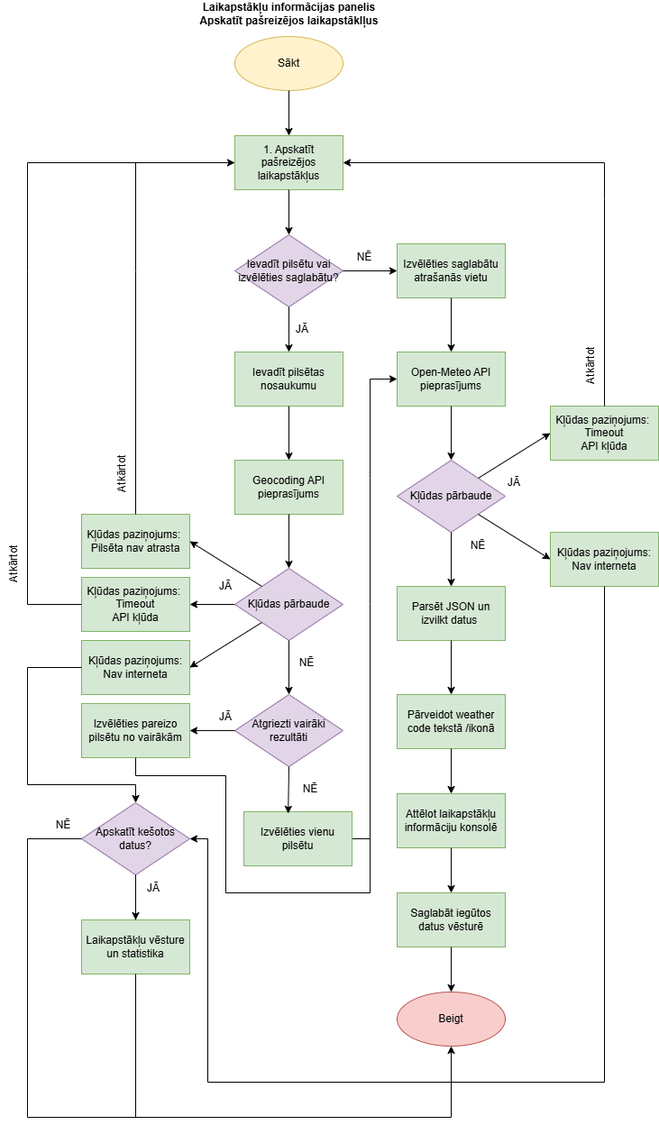
Earlier version of the draw.io export docs/flowchart.png (TatjanaGrigorcaka/weather-dashboard). Source tidied: cells renumbered, new cells last; positions are measured from the earlier drawing's top-left corner, leaving out a move shared by most shapes.
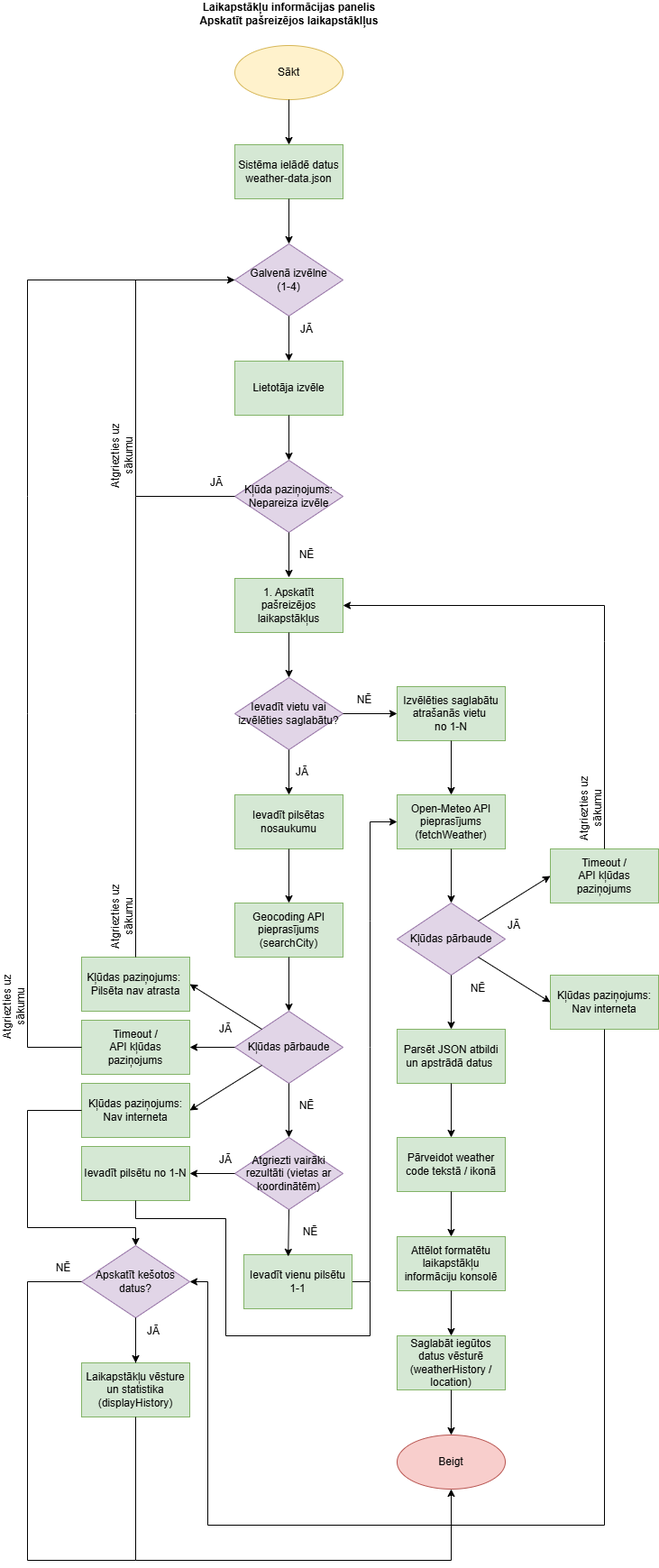
The same diagram one commit later.

The edit, as a diff of the source:
```diff
@@ -3,12 +3,12 @@
     <mxCell id="0" />
     <mxCell id="1" parent="0" />
     <mxCell id="2" value="&lt;b&gt;Laikapstākļu informācijas panelis&lt;/b&gt;&lt;div&gt;&lt;b&gt;Apskatīt pašreizējos laikapstāklļus&lt;/b&gt;&lt;/div&gt;" style="text;html=1;whiteSpace=wrap;strokeColor=none;fillColor=none;align=center;verticalAlign=middle;rounded=0;" parent="1" vertex="1">
-      <mxGeometry x="214.5" width="211" height="30" as="geometry" />
+      <mxGeometry x="214.5" y="-491" width="211" height="30" as="geometry" />
     </mxCell>
     <mxCell id="3" value="Sākt" style="ellipse;whiteSpace=wrap;html=1;fillColor=#fff2cc;strokeColor=#d6b656;" parent="1" vertex="1">
-      <mxGeometry x="260" y="40" width="120" height="60" as="geometry" />
+      <mxGeometry x="260" y="-441" width="120" height="60" as="geometry" />
     </mxCell>
-    <mxCell id="4" value="Izvēlēties saglabātu atrašanās vietu" style="rounded=0;whiteSpace=wrap;html=1;fillColor=#d5e8d4;strokeColor=#82b366;" parent="1" vertex="1">
+    <mxCell id="4" value="Izvēlēties saglabātu atrašanās vietu&amp;nbsp;&lt;div&gt;no 1-N&lt;/div&gt;" style="rounded=0;whiteSpace=wrap;html=1;fillColor=#d5e8d4;strokeColor=#82b366;" parent="1" vertex="1">
       <mxGeometry x="440" y="270" width="120" height="60" as="geometry" />
     </mxCell>
     <mxCell id="5" value="JĀ" style="text;html=1;whiteSpace=wrap;strokeColor=none;fillColor=none;align=center;verticalAlign=middle;rounded=0;" parent="1" vertex="1">
@@ -20,27 +20,28 @@
     <mxCell id="7" style="endArrow=classic;html=1;rounded=0;exitX=0.5;exitY=1;exitDx=0;exitDy=0;entryX=0.5;entryY=0;entryDx=0;entryDy=0;" parent="1" edge="1" source="6" target="8">
       <mxGeometry relative="1" as="geometry" />
     </mxCell>
-    <mxCell id="8" value="Geocoding API pieprasījums" style="rounded=0;whiteSpace=wrap;html=1;fillColor=#d5e8d4;strokeColor=#82b366;" parent="1" vertex="1">
+    <mxCell id="8" value="Geocoding API pieprasījums&lt;div&gt;(searchCity)&lt;/div&gt;" style="rounded=0;whiteSpace=wrap;html=1;fillColor=#d5e8d4;strokeColor=#82b366;" parent="1" vertex="1">
       <mxGeometry x="260" y="510" width="120" height="60" as="geometry" />
     </mxCell>
     <mxCell id="9" style="endArrow=classic;html=1;rounded=0;exitX=0.5;exitY=1;exitDx=0;exitDy=0;entryX=0.5;entryY=0;entryDx=0;entryDy=0;" parent="1" edge="1" source="4" target="10">
       <mxGeometry relative="1" as="geometry" />
     </mxCell>
-    <mxCell id="10" value="Open-Meteo API pieprasījums" style="rounded=0;whiteSpace=wrap;html=1;fillColor=#d5e8d4;strokeColor=#82b366;" parent="1" vertex="1">
+    <mxCell id="10" value="Open-Meteo API pieprasījums&lt;div&gt;(fetchWeather)&lt;/div&gt;" style="rounded=0;whiteSpace=wrap;html=1;fillColor=#d5e8d4;strokeColor=#82b366;" parent="1" vertex="1">
       <mxGeometry x="440" y="390" width="120" height="60" as="geometry" />
     </mxCell>
     <mxCell id="11" value="Kļūdas paziņojums:&amp;nbsp;&lt;div&gt;&lt;span style=&quot;background-color: transparent; color: light-dark(rgb(0, 0, 0), rgb(255, 255, 255));&quot;&gt;Pilsēta nav atrasta&lt;/span&gt;&lt;/div&gt;" style="rounded=0;whiteSpace=wrap;html=1;fillColor=#d5e8d4;strokeColor=#82b366;" parent="1" vertex="1">
       <mxGeometry x="90" y="570" width="120" height="60" as="geometry" />
     </mxCell>
-    <mxCell id="12" style="endArrow=classic;html=1;rounded=0;entryX=0;entryY=0.5;entryDx=0;entryDy=0;exitX=0.5;exitY=0;exitDx=0;exitDy=0;" parent="1" edge="1" source="11" target="57">
+    <mxCell id="12" style="endArrow=classic;html=1;rounded=0;exitX=0.5;exitY=0;exitDx=0;exitDy=0;entryX=0;entryY=0.5;entryDx=0;entryDy=0;" parent="1" edge="1" source="11" target="78">
       <mxGeometry relative="1" as="geometry">
         <Array as="points">
           <mxPoint x="150" y="300" />
-          <mxPoint x="150" y="180" />
+          <mxPoint x="150" y="59" />
+          <mxPoint x="150" y="-181" />
         </Array>
       </mxGeometry>
     </mxCell>
-    <mxCell id="13" value="&lt;div&gt;&lt;span style=&quot;background-color: transparent; color: light-dark(rgb(0, 0, 0), rgb(255, 255, 255));&quot;&gt;Ievadīt pilsētu vai izvēlēties saglabātu?&lt;/span&gt;&lt;/div&gt;" style="rhombus;whiteSpace=wrap;html=1;fillColor=#e1d5e7;strokeColor=#9673a6;" parent="1" vertex="1">
+    <mxCell id="13" value="&lt;div&gt;&lt;span style=&quot;background-color: transparent; color: light-dark(rgb(0, 0, 0), rgb(255, 255, 255));&quot;&gt;Ievadīt vietu vai izvēlēties saglabātu?&lt;/span&gt;&lt;/div&gt;" style="rhombus;whiteSpace=wrap;html=1;fillColor=#e1d5e7;strokeColor=#9673a6;" parent="1" vertex="1">
       <mxGeometry x="260" y="260" width="120" height="80" as="geometry" />
     </mxCell>
     <mxCell id="14" style="endArrow=classic;html=1;rounded=0;exitX=0.5;exitY=1;exitDx=0;exitDy=0;entryX=0.5;entryY=0;entryDx=0;entryDy=0;" parent="1" edge="1" source="13" target="6">
@@ -61,17 +62,18 @@
     <mxCell id="19" value="JĀ" style="text;html=1;whiteSpace=wrap;strokeColor=none;fillColor=none;align=center;verticalAlign=middle;rounded=0;" parent="1" vertex="1">
       <mxGeometry x="140" y="970" width="60" height="30" as="geometry" />
     </mxCell>
-    <mxCell id="20" style="endArrow=none;html=1;rounded=0;entryX=0;entryY=0.5;entryDx=0;entryDy=0;" parent="1" edge="1" target="57">
+    <mxCell id="20" style="endArrow=none;html=1;rounded=0;entryX=0;entryY=0.5;entryDx=0;entryDy=0;" parent="1" edge="1" target="78">
       <mxGeometry relative="1" as="geometry">
         <mxPoint x="30" y="670" as="sourcePoint" />
         <Array as="points">
           <mxPoint x="30" y="670" />
           <mxPoint x="30" y="300" />
-          <mxPoint x="30" y="180" />
+          <mxPoint x="30" y="59" />
+          <mxPoint x="30" y="-181" />
         </Array>
       </mxGeometry>
     </mxCell>
-    <mxCell id="21" value="Laikapstākļu vēsture un statistika" style="rounded=0;whiteSpace=wrap;html=1;fillColor=#d5e8d4;strokeColor=#82b366;" parent="1" vertex="1">
+    <mxCell id="21" value="Laikapstākļu vēsture un statistika&lt;div&gt;(displayHistory)&lt;/div&gt;" style="rounded=0;whiteSpace=wrap;html=1;fillColor=#d5e8d4;strokeColor=#82b366;" parent="1" vertex="1">
       <mxGeometry x="90" y="1020" width="120" height="60" as="geometry" />
     </mxCell>
     <mxCell id="22" style="endArrow=none;html=1;rounded=0;" parent="1" edge="1">
@@ -130,7 +132,7 @@
     <mxCell id="34" value="Kļūdas paziņojums:&lt;div&gt;&lt;span style=&quot;background-color: transparent; color: light-dark(rgb(0, 0, 0), rgb(255, 255, 255));&quot;&gt;Nav interneta&lt;/span&gt;&lt;/div&gt;" style="rounded=0;whiteSpace=wrap;html=1;fillColor=#d5e8d4;strokeColor=#82b366;" parent="1" vertex="1">
       <mxGeometry x="610" y="590" width="120" height="60" as="geometry" />
     </mxCell>
-    <mxCell id="35" value="Kļūdas paziņojums:&amp;nbsp;&lt;div&gt;&lt;div&gt;&lt;span style=&quot;background-color: transparent; color: light-dark(rgb(0, 0, 0), rgb(255, 255, 255));&quot;&gt;Timeout&lt;/span&gt;&lt;/div&gt;&lt;div&gt;&lt;span style=&quot;background-color: transparent; color: light-dark(rgb(0, 0, 0), rgb(255, 255, 255));&quot;&gt;API kļūda&lt;/span&gt;&lt;/div&gt;&lt;/div&gt;" style="rounded=0;whiteSpace=wrap;html=1;fillColor=#d5e8d4;strokeColor=#82b366;" parent="1" vertex="1">
+    <mxCell id="35" value="&lt;div&gt;&lt;div&gt;&lt;span style=&quot;background-color: transparent; color: light-dark(rgb(0, 0, 0), rgb(255, 255, 255));&quot;&gt;Timeout /&lt;/span&gt;&lt;/div&gt;&lt;div&gt;&lt;span style=&quot;background-color: transparent; color: light-dark(rgb(0, 0, 0), rgb(255, 255, 255));&quot;&gt;API kļūdas paziņojums&lt;/span&gt;&lt;/div&gt;&lt;/div&gt;" style="rounded=0;whiteSpace=wrap;html=1;fillColor=#d5e8d4;strokeColor=#82b366;" parent="1" vertex="1">
       <mxGeometry x="90" y="640" width="120" height="60" as="geometry" />
     </mxCell>
     <mxCell id="36" style="endArrow=classic;html=1;rounded=0;exitX=0;exitY=0.5;exitDx=0;exitDy=0;" parent="1" edge="1" source="24" target="35">
@@ -141,7 +143,7 @@
         <mxPoint x="30" y="670" as="sourcePoint" />
       </mxGeometry>
     </mxCell>
-    <mxCell id="38" value="Kļūdas paziņojums:&amp;nbsp;&lt;div&gt;&lt;div&gt;&lt;span style=&quot;background-color: transparent; color: light-dark(rgb(0, 0, 0), rgb(255, 255, 255));&quot;&gt;Timeout&lt;/span&gt;&lt;/div&gt;&lt;div&gt;&lt;span style=&quot;background-color: transparent; color: light-dark(rgb(0, 0, 0), rgb(255, 255, 255));&quot;&gt;API kļūda&lt;/span&gt;&lt;/div&gt;&lt;/div&gt;" style="rounded=0;whiteSpace=wrap;html=1;fillColor=#d5e8d4;strokeColor=#82b366;" parent="1" vertex="1">
+    <mxCell id="38" value="&lt;div&gt;&lt;div&gt;&lt;span style=&quot;background-color: transparent; color: light-dark(rgb(0, 0, 0), rgb(255, 255, 255));&quot;&gt;Timeout /&lt;/span&gt;&lt;/div&gt;&lt;div&gt;&lt;span style=&quot;background-color: transparent; color: light-dark(rgb(0, 0, 0), rgb(255, 255, 255));&quot;&gt;API kļūdas paziņojums&lt;/span&gt;&lt;/div&gt;&lt;/div&gt;" style="rounded=0;whiteSpace=wrap;html=1;fillColor=#d5e8d4;strokeColor=#82b366;" parent="1" vertex="1">
       <mxGeometry x="610" y="450" width="120" height="60" as="geometry" />
     </mxCell>
     <mxCell id="39" style="endArrow=classic;html=1;rounded=0;exitX=1;exitY=1;exitDx=0;exitDy=0;entryX=0;entryY=0.5;entryDx=0;entryDy=0;" parent="1" edge="1" source="31" target="34">
@@ -152,10 +154,10 @@
         <mxPoint x="320" y="770" as="targetPoint" />
       </mxGeometry>
     </mxCell>
-    <mxCell id="41" value="Izvēlēties pareizo pilsētu no vairākām" style="rounded=0;whiteSpace=wrap;html=1;fillColor=#d5e8d4;strokeColor=#82b366;" parent="1" vertex="1">
+    <mxCell id="41" value="Ievadīt pilsētu no 1-N" style="rounded=0;whiteSpace=wrap;html=1;fillColor=#d5e8d4;strokeColor=#82b366;" parent="1" vertex="1">
       <mxGeometry x="90" y="780" width="120" height="60" as="geometry" />
     </mxCell>
-    <mxCell id="42" value="Izvēlēties vienu pilsētu" style="rounded=0;whiteSpace=wrap;html=1;fillColor=#d5e8d4;strokeColor=#82b366;" parent="1" vertex="1">
+    <mxCell id="42" value="Ievadīt vienu pilsētu 1-1" style="rounded=0;whiteSpace=wrap;html=1;fillColor=#d5e8d4;strokeColor=#82b366;" parent="1" vertex="1">
       <mxGeometry x="270" y="900" width="120" height="60" as="geometry" />
     </mxCell>
     <mxCell id="43" style="endArrow=classic;html=1;rounded=0;exitX=0.5;exitY=1;exitDx=0;exitDy=0;" parent="1" edge="1" source="10">
@@ -171,7 +173,7 @@
         <mxPoint x="500" y="650" as="targetPoint" />
       </mxGeometry>
     </mxCell>
-    <mxCell id="46" value="Parsēt JSON un izvilkt datus&amp;nbsp;" style="rounded=0;whiteSpace=wrap;html=1;fillColor=#d5e8d4;strokeColor=#82b366;" parent="1" vertex="1">
+    <mxCell id="46" value="Parsēt JSON atbildi un apstrādā datus&amp;nbsp;" style="rounded=0;whiteSpace=wrap;html=1;fillColor=#d5e8d4;strokeColor=#82b366;" parent="1" vertex="1">
       <mxGeometry x="440" y="650" width="120" height="60" as="geometry" />
     </mxCell>
     <mxCell id="47" style="endArrow=classic;html=1;rounded=0;exitX=0.5;exitY=1;exitDx=0;exitDy=0;" parent="1" edge="1" source="46">
@@ -179,7 +181,7 @@
         <mxPoint x="500" y="770" as="targetPoint" />
       </mxGeometry>
     </mxCell>
-    <mxCell id="48" value="Pārveidot weather code tekstā /ikonā" style="rounded=0;whiteSpace=wrap;html=1;fillColor=#d5e8d4;strokeColor=#82b366;" parent="1" vertex="1">
+    <mxCell id="48" value="Pārveidot weather code tekstā / ikonā" style="rounded=0;whiteSpace=wrap;html=1;fillColor=#d5e8d4;strokeColor=#82b366;" parent="1" vertex="1">
       <mxGeometry x="440" y="770" width="120" height="60" as="geometry" />
     </mxCell>
     <mxCell id="49" style="endArrow=classic;html=1;rounded=0;exitX=0.5;exitY=1;exitDx=0;exitDy=0;" parent="1" edge="1" source="48">
@@ -187,7 +189,7 @@
         <mxPoint x="500" y="880" as="targetPoint" />
       </mxGeometry>
     </mxCell>
-    <mxCell id="50" value="Attēlot laikapstākļu informāciju konsolē" style="rounded=0;whiteSpace=wrap;html=1;fillColor=#d5e8d4;strokeColor=#82b366;" parent="1" vertex="1">
+    <mxCell id="50" value="Attēlot formatētu laikapstākļu informāciju konsolē" style="rounded=0;whiteSpace=wrap;html=1;fillColor=#d5e8d4;strokeColor=#82b366;" parent="1" vertex="1">
       <mxGeometry x="440" y="880" width="120" height="60" as="geometry" />
     </mxCell>
     <mxCell id="51" style="endArrow=classic;html=1;rounded=0;exitX=0.5;exitY=1;exitDx=0;exitDy=0;" parent="1" edge="1" source="50">
@@ -195,7 +197,7 @@
         <mxPoint x="500" y="990" as="targetPoint" />
       </mxGeometry>
     </mxCell>
-    <mxCell id="52" value="Saglabāt iegūtos datus vēsturē" style="rounded=0;whiteSpace=wrap;html=1;fillColor=#d5e8d4;strokeColor=#82b366;" parent="1" vertex="1">
+    <mxCell id="52" value="Saglabāt iegūtos datus vēsturē&lt;div&gt;(weatherHistory / location)&lt;/div&gt;" style="rounded=0;whiteSpace=wrap;html=1;fillColor=#d5e8d4;strokeColor=#82b366;" parent="1" vertex="1">
       <mxGeometry x="440" y="990" width="120" height="60" as="geometry" />
     </mxCell>
     <mxCell id="53" value="Beigt" style="ellipse;whiteSpace=wrap;html=1;fillColor=#f8cecc;strokeColor=#b85450;" parent="1" vertex="1">
@@ -245,19 +247,16 @@
         </Array>
       </mxGeometry>
     </mxCell>
-    <mxCell id="61" value="Atkārtot" style="text;html=1;whiteSpace=wrap;strokeColor=none;fillColor=none;align=center;verticalAlign=middle;rounded=0;horizontal=0;" parent="1" vertex="1">
+    <mxCell id="61" value="Atgriezties uz sākumu" style="text;html=1;whiteSpace=wrap;strokeColor=none;fillColor=none;align=center;verticalAlign=middle;rounded=0;horizontal=0;" parent="1" vertex="1">
       <mxGeometry y="580" width="30" height="90" as="geometry" />
     </mxCell>
-    <mxCell id="62" style="endArrow=classic;html=1;rounded=0;exitX=0.5;exitY=1;exitDx=0;exitDy=0;" parent="1" edge="1" source="3" target="57">
-      <mxGeometry relative="1" as="geometry" />
-    </mxCell>
-    <mxCell id="63" value="Atkārtot" style="text;html=1;whiteSpace=wrap;strokeColor=none;fillColor=none;align=center;verticalAlign=middle;rounded=0;horizontal=0;" parent="1" vertex="1">
+    <mxCell id="63" value="Atgriezties uz sākumu" style="text;html=1;whiteSpace=wrap;strokeColor=none;fillColor=none;align=center;verticalAlign=middle;rounded=0;horizontal=0;" parent="1" vertex="1">
       <mxGeometry x="120" y="480" width="30" height="90" as="geometry" />
     </mxCell>
-    <mxCell id="64" value="Atkārtot" style="text;html=1;whiteSpace=wrap;strokeColor=none;fillColor=none;align=center;verticalAlign=middle;rounded=0;horizontal=0;" parent="1" vertex="1">
+    <mxCell id="64" value="Atgriezties uz sākumu" style="text;html=1;whiteSpace=wrap;strokeColor=none;fillColor=none;align=center;verticalAlign=middle;rounded=0;horizontal=0;" parent="1" vertex="1">
       <mxGeometry x="640" y="360" width="30" height="90" as="geometry" />
     </mxCell>
-    <mxCell id="65" value="Atgriezti vairāki rezultāti" style="rhombus;whiteSpace=wrap;html=1;fillColor=#e1d5e7;strokeColor=#9673a6;" parent="1" vertex="1">
+    <mxCell id="65" value="Atgriezti vairāki rezultāti&amp;nbsp;&lt;span style=&quot;background-color: transparent; color: light-dark(rgb(0, 0, 0), rgb(255, 255, 255));&quot;&gt;(vietas ar koordinātēm)&lt;/span&gt;" style="rhombus;whiteSpace=wrap;html=1;fillColor=#e1d5e7;strokeColor=#9673a6;" parent="1" vertex="1">
       <mxGeometry x="260" y="770" width="120" height="80" as="geometry" />
     </mxCell>
     <mxCell id="66" value="NĒ" style="text;html=1;whiteSpace=wrap;strokeColor=none;fillColor=none;align=center;verticalAlign=middle;rounded=0;" parent="1" vertex="1">
@@ -295,5 +294,54 @@
     <mxCell id="72" value="NĒ" style="text;html=1;whiteSpace=wrap;strokeColor=none;fillColor=none;align=center;verticalAlign=middle;rounded=0;" parent="1" vertex="1">
       <mxGeometry x="374" y="270" width="60" height="30" as="geometry" />
     </mxCell>
+    <mxCell id="73" value="Sistēma ielādē datus&lt;div&gt;weather-data.json&lt;/div&gt;" style="rounded=0;whiteSpace=wrap;html=1;fillColor=#d5e8d4;strokeColor=#82b366;" parent="1" vertex="1">
+      <mxGeometry x="260" y="-331" width="120" height="60" as="geometry" />
+    </mxCell>
+    <mxCell id="74" value="&lt;div&gt;Kļūda paziņojums:&lt;/div&gt;&lt;div&gt;Nepareiza izvēle&lt;/div&gt;" style="rhombus;whiteSpace=wrap;html=1;fillColor=#e1d5e7;strokeColor=#9673a6;" parent="1" vertex="1">
+      <mxGeometry x="260" y="19" width="120" height="80" as="geometry" />
+    </mxCell>
+    <mxCell id="75" value="JĀ" style="text;html=1;whiteSpace=wrap;strokeColor=none;fillColor=none;align=center;verticalAlign=middle;rounded=0;" parent="1" vertex="1">
+      <mxGeometry x="210" y="29" width="60" height="30" as="geometry" />
+    </mxCell>
+    <mxCell id="76" style="endArrow=classic;html=1;rounded=0;" parent="1" edge="1">
+      <mxGeometry relative="1" as="geometry">
+        <mxPoint x="320" y="99" as="sourcePoint" />
+        <mxPoint x="320" y="149" as="targetPoint" />
+      </mxGeometry>
+    </mxCell>
+    <mxCell id="77" value="NĒ" style="text;html=1;whiteSpace=wrap;strokeColor=none;fillColor=none;align=center;verticalAlign=middle;rounded=0;" parent="1" vertex="1">
+      <mxGeometry x="310" y="109" width="60" height="30" as="geometry" />
+    </mxCell>
+    <mxCell id="78" value="&lt;div&gt;&lt;span style=&quot;background-color: transparent; color: light-dark(rgb(0, 0, 0), rgb(255, 255, 255));&quot;&gt;Galvenā izvēlne&lt;/span&gt;&lt;/div&gt;&lt;div&gt;&lt;span style=&quot;background-color: transparent; color: light-dark(rgb(0, 0, 0), rgb(255, 255, 255));&quot;&gt;(1-4)&lt;/span&gt;&lt;/div&gt;" style="rhombus;whiteSpace=wrap;html=1;fillColor=#e1d5e7;strokeColor=#9673a6;" parent="1" vertex="1">
+      <mxGeometry x="260" y="-221" width="120" height="80" as="geometry" />
+    </mxCell>
+    <mxCell id="79" value="Lietotāja izvēle" style="rounded=0;whiteSpace=wrap;html=1;fillColor=#d5e8d4;strokeColor=#82b366;" parent="1" vertex="1">
+      <mxGeometry x="260" y="-91" width="120" height="60" as="geometry" />
+    </mxCell>
+    <mxCell id="80" style="endArrow=classic;html=1;rounded=0;entryX=0.5;entryY=0;entryDx=0;entryDy=0;" parent="1" edge="1" target="74">
+      <mxGeometry relative="1" as="geometry">
+        <mxPoint x="320" y="-31" as="sourcePoint" />
+      </mxGeometry>
+    </mxCell>
+    <mxCell id="81" style="endArrow=none;html=1;rounded=0;exitX=0;exitY=0.5;exitDx=0;exitDy=0;" parent="1" edge="1" source="74">
+      <mxGeometry relative="1" as="geometry">
+        <mxPoint x="150" y="59" as="targetPoint" />
+      </mxGeometry>
+    </mxCell>
+    <mxCell id="82" style="endArrow=classic;html=1;rounded=0;exitX=0.5;exitY=1;exitDx=0;exitDy=0;entryX=0.5;entryY=0;entryDx=0;entryDy=0;" parent="1" edge="1" source="78" target="79">
+      <mxGeometry relative="1" as="geometry" />
+    </mxCell>
+    <mxCell id="83" value="Atgriezties uz sākumu" style="text;html=1;whiteSpace=wrap;strokeColor=none;fillColor=none;align=center;verticalAlign=middle;rounded=0;horizontal=0;" parent="1" vertex="1">
+      <mxGeometry x="120" y="-31" width="30" height="90" as="geometry" />
+    </mxCell>
+    <mxCell id="84" style="endArrow=classic;html=1;rounded=0;exitX=0.5;exitY=1;exitDx=0;exitDy=0;" parent="1" edge="1" source="3" target="73">
+      <mxGeometry relative="1" as="geometry" />
+    </mxCell>
+    <mxCell id="85" style="endArrow=classic;html=1;rounded=0;exitX=0.5;exitY=1;exitDx=0;exitDy=0;" parent="1" edge="1" source="73" target="78">
+      <mxGeometry relative="1" as="geometry" />
+    </mxCell>
+    <mxCell id="86" value="JĀ" style="text;html=1;whiteSpace=wrap;strokeColor=none;fillColor=none;align=center;verticalAlign=middle;rounded=0;" parent="1" vertex="1">
+      <mxGeometry x="310" y="-141" width="60" height="30" as="geometry" />
+    </mxCell>
   </root>
 </mxGraphModel>
```
